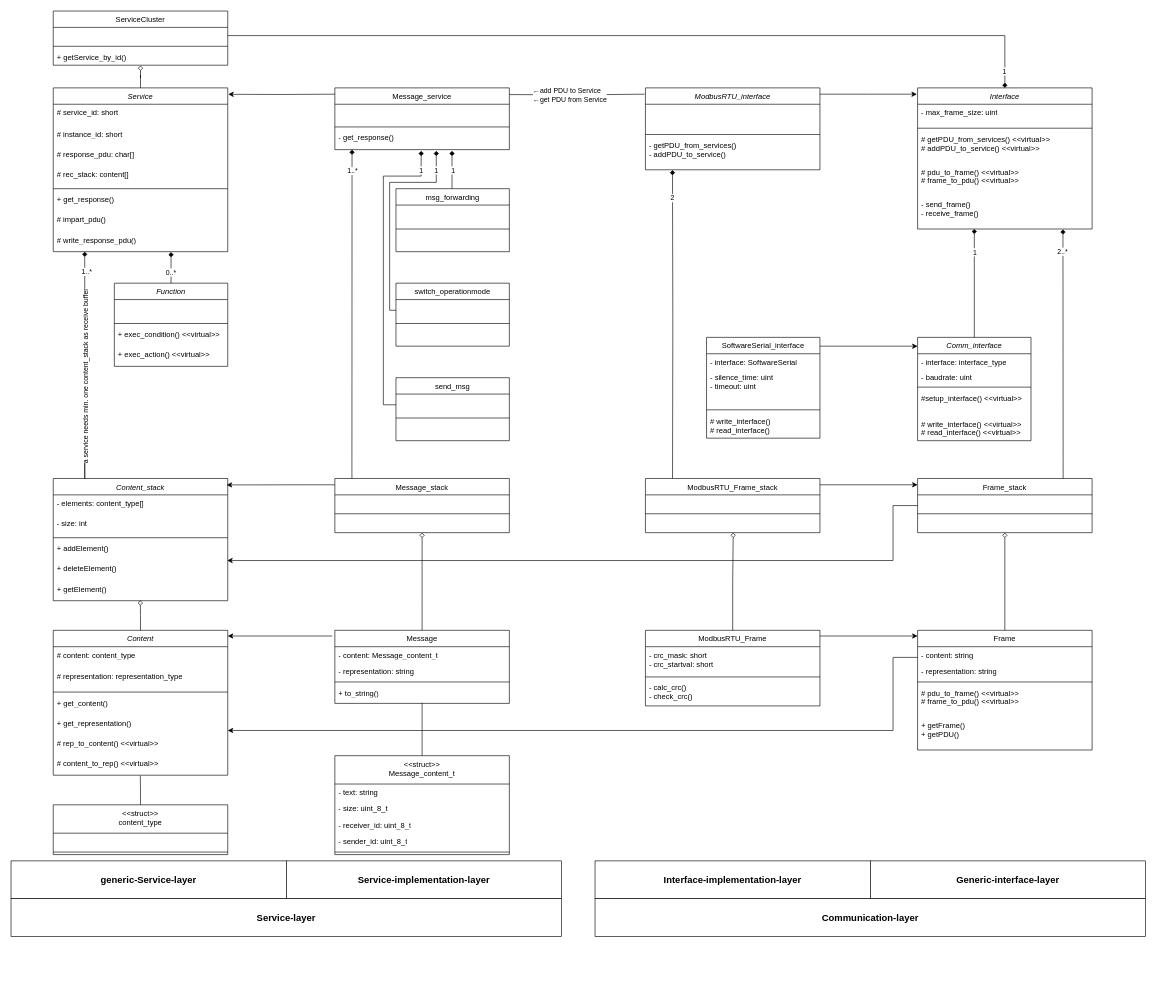
This is modbus_classdiagram.drawio from F-L-X-S/BusBricks, a draw.io file, before an edit. Source tidied: cells renumbered, new cells numbered last; positions are measured from the earlier drawing's top-left corner, leaving out a move shared by most shapes. Both pictures are drawn from the tidied source at 63%, with x=0, y=0 at pixel (11, 11).
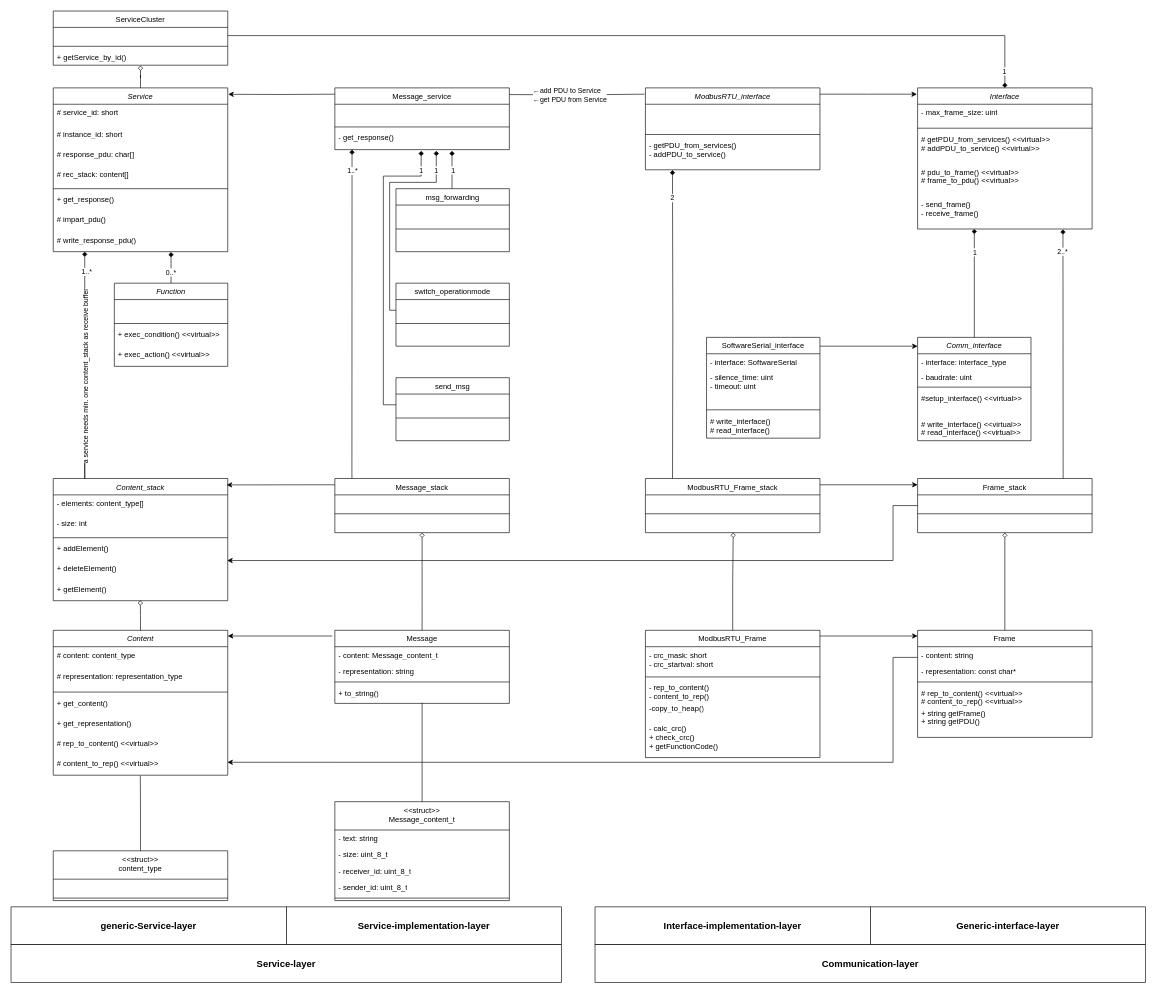
The same page after the edit.

Commit message (it also covers changes not shown here):
added copy_to_heap() function for frame-classes instantiating Content-Template with same const char ** as represenation

The change refers to these unchanged cells:
```xml
<mxCell id="36" value="# content_to_rep()&amp;nbsp;&amp;lt;&amp;lt;virtual&amp;gt;&amp;gt;" style="text;strokeColor=none;fillColor=none;align=left;verticalAlign=top;spacingLeft=4;spacingRight=4;overflow=hidden;points=[[0,0.5],[1,0.5]];portConstraint=eastwest;whiteSpace=wrap;html=1;" parent="29" vertex="1">
  <mxGeometry y="198" width="277" height="32" as="geometry" />
</mxCell>
```

The edit, as a diff of the source:
```diff
@@
     <mxCell id="37" value="&lt;div&gt;&lt;span style=&quot;font-weight: 400;&quot;&gt;&amp;lt;&amp;lt;struct&amp;gt;&amp;gt;&lt;/span&gt;&lt;/div&gt;&lt;span style=&quot;font-weight: 400;&quot;&gt;Message_content_t&lt;/span&gt;" style="swimlane;fontStyle=1;align=center;verticalAlign=top;horizontal=1;startSize=45;whiteSpace=wrap;html=1;" parent="1" vertex="1">
-      <mxGeometry x="514" y="1182" width="277" height="157" as="geometry" />
+      <mxGeometry x="514" y="1255" width="277" height="157" as="geometry" />
     </mxCell>
@@
     <mxCell id="72" value="&lt;div&gt;&lt;span style=&quot;font-weight: 400;&quot;&gt;&amp;lt;&amp;lt;struct&amp;gt;&amp;gt;&lt;/span&gt;&lt;/div&gt;&lt;span style=&quot;font-weight: 400;&quot;&gt;content_type&lt;/span&gt;" style="swimlane;fontStyle=1;align=center;verticalAlign=top;horizontal=1;startSize=45;whiteSpace=wrap;html=1;" parent="1" vertex="1">
-      <mxGeometry x="67" y="1260" width="277" height="79" as="geometry" />
+      <mxGeometry x="67" y="1333" width="277" height="79" as="geometry" />
     </mxCell>
@@
     <mxCell id="95" value="generic-Service-layer" style="rounded=0;whiteSpace=wrap;html=1;fontStyle=1;fontSize=15;" parent="1" vertex="1">
-      <mxGeometry y="1349" width="437" height="60" as="geometry" />
+      <mxGeometry y="1422" width="437" height="60" as="geometry" />
     </mxCell>
     <mxCell id="96" value="Service-implementation-layer" style="rounded=0;whiteSpace=wrap;html=1;fontSize=15;fontStyle=1;" parent="1" vertex="1">
-      <mxGeometry x="437" y="1349" width="437" height="60" as="geometry" />
+      <mxGeometry x="437" y="1422" width="437" height="60" as="geometry" />
     </mxCell>
     <mxCell id="97" value="Service-layer" style="rounded=0;whiteSpace=wrap;html=1;fontSize=15;fontStyle=1;" parent="1" vertex="1">
-      <mxGeometry y="1409" width="874" height="60" as="geometry" />
+      <mxGeometry y="1482" width="874" height="60" as="geometry" />
     </mxCell>
     <mxCell id="98" value="Interface-implementation-layer" style="rounded=0;whiteSpace=wrap;html=1;fontStyle=1;fontSize=15;" parent="1" vertex="1">
-      <mxGeometry x="927" y="1349" width="437" height="60" as="geometry" />
+      <mxGeometry x="927" y="1422" width="437" height="60" as="geometry" />
     </mxCell>
     <mxCell id="99" value="Generic-interface-layer" style="rounded=0;whiteSpace=wrap;html=1;fontSize=15;fontStyle=1;" parent="1" vertex="1">
-      <mxGeometry x="1364" y="1349" width="437" height="60" as="geometry" />
+      <mxGeometry x="1364" y="1422" width="437" height="60" as="geometry" />
     </mxCell>
     <mxCell id="100" value="Communication-layer" style="rounded=0;whiteSpace=wrap;html=1;fontSize=15;fontStyle=1;" parent="1" vertex="1">
-      <mxGeometry x="927" y="1409" width="874" height="60" as="geometry" />
+      <mxGeometry x="927" y="1482" width="874" height="60" as="geometry" />
     </mxCell>
@@
-    <mxCell id="132" style="edgeStyle=orthogonalEdgeStyle;rounded=0;jettySize=auto;html=1;" parent="1" edge="1" source="133">
+    <mxCell id="132" style="edgeStyle=orthogonalEdgeStyle;rounded=0;jettySize=auto;html=1;entryX=0.998;entryY=0.358;entryDx=0;entryDy=0;entryPerimeter=0;" parent="1" edge="1" source="133" target="36">
       <mxGeometry relative="1" as="geometry">
-        <mxPoint x="344" y="1142" as="targetPoint" />
         <Array as="points">
           <mxPoint x="1400" y="1026" />
-          <mxPoint x="1400" y="1142" />
-          <mxPoint x="344" y="1142" />
+          <mxPoint x="1400" y="1192" />
+          <mxPoint x="343" y="1192" />
         </Array>
       </mxGeometry>
     </mxCell>
     <mxCell id="133" value="&lt;span style=&quot;font-weight: 400;&quot;&gt;Frame&lt;/span&gt;" style="swimlane;fontStyle=1;align=center;verticalAlign=top;horizontal=1;startSize=26;whiteSpace=wrap;html=1;" parent="1" vertex="1">
-      <mxGeometry x="1439" y="983" width="277" height="190" as="geometry" />
+      <mxGeometry x="1439" y="983" width="277" height="170" as="geometry" />
     </mxCell>
@@
-    <mxCell id="135" value="- representation: string" style="text;strokeColor=none;fillColor=none;align=left;verticalAlign=top;spacingLeft=4;spacingRight=4;overflow=hidden;whiteSpace=wrap;html=1;" parent="133" vertex="1">
+    <mxCell id="135" value="- representation: const char*" style="text;strokeColor=none;fillColor=none;align=left;verticalAlign=top;spacingLeft=4;spacingRight=4;overflow=hidden;whiteSpace=wrap;html=1;" parent="133" vertex="1">
       <mxGeometry y="52" width="277" height="26" as="geometry" />
     </mxCell>
@@
-    <mxCell id="137" value="# pdu_to_frame() &amp;lt;&amp;lt;virtual&amp;gt;&amp;gt;&lt;br&gt;# frame_to_pdu() &amp;lt;&amp;lt;virtual&amp;gt;&amp;gt;" style="text;strokeColor=none;fillColor=none;align=left;verticalAlign=top;spacingLeft=4;spacingRight=4;overflow=hidden;whiteSpace=wrap;html=1;" parent="133" vertex="1">
-      <mxGeometry y="86" width="277" height="52" as="geometry" />
-    </mxCell>
+    <mxCell id="153" value="# rep_to_content()&amp;nbsp;&amp;lt;&amp;lt;virtual&amp;gt;&amp;gt;&lt;br&gt;# content_to_rep()&amp;nbsp;&amp;lt;&amp;lt;virtual&amp;gt;&amp;gt;" style="text;strokeColor=none;fillColor=none;align=left;verticalAlign=top;spacingLeft=4;spacingRight=4;overflow=hidden;whiteSpace=wrap;html=1;" parent="133" vertex="1">
+      <mxGeometry y="86" width="277" height="32" as="geometry" />
+    </mxCell>
-    <mxCell id="138" value="+ getFrame()&amp;nbsp;&lt;br&gt;+ getPDU()&amp;nbsp;" style="text;strokeColor=none;fillColor=none;align=left;verticalAlign=top;spacingLeft=4;spacingRight=4;overflow=hidden;whiteSpace=wrap;html=1;" parent="133" vertex="1">
-      <mxGeometry y="138" width="277" height="52" as="geometry" />
+    <mxCell id="138" value="+ string getFrame()&amp;nbsp;&lt;br&gt;+ string getPDU()&amp;nbsp;" style="text;strokeColor=none;fillColor=none;align=left;verticalAlign=top;spacingLeft=4;spacingRight=4;overflow=hidden;whiteSpace=wrap;html=1;" parent="133" vertex="1">
+      <mxGeometry y="118" width="277" height="52" as="geometry" />
     </mxCell>
     <mxCell id="139" value="&lt;span style=&quot;font-weight: 400;&quot;&gt;ModbusRTU_Frame&lt;/span&gt;" style="swimlane;fontStyle=1;align=center;verticalAlign=top;horizontal=1;startSize=26;whiteSpace=wrap;html=1;" parent="1" vertex="1">
-      <mxGeometry x="1007" y="983" width="277" height="120" as="geometry" />
+      <mxGeometry x="1007" y="983" width="277" height="202" as="geometry" />
     </mxCell>
@@
+    <mxCell id="154" value="- rep_to_content()&amp;nbsp;&lt;br&gt;- content_to_rep()&amp;nbsp;" style="text;strokeColor=none;fillColor=none;align=left;verticalAlign=top;spacingLeft=4;spacingRight=4;overflow=hidden;whiteSpace=wrap;html=1;" parent="139" vertex="1">
+      <mxGeometry y="78" width="277" height="32" as="geometry" />
+    </mxCell>
+    <mxCell id="155" value="-copy_to_heap()" style="text;strokeColor=none;fillColor=none;align=left;verticalAlign=top;spacingLeft=4;spacingRight=4;overflow=hidden;whiteSpace=wrap;html=1;" parent="139" vertex="1">
+      <mxGeometry y="110" width="277" height="32" as="geometry" />
+    </mxCell>
-    <mxCell id="142" value="- calc_crc()&lt;div&gt;&lt;span style=&quot;background-color: initial;&quot;&gt;- check_crc()&lt;/span&gt;&lt;/div&gt;" style="text;strokeColor=none;fillColor=none;align=left;verticalAlign=top;spacingLeft=4;spacingRight=4;overflow=hidden;whiteSpace=wrap;html=1;" parent="139" vertex="1">
-      <mxGeometry y="78" width="277" height="42" as="geometry" />
+    <mxCell id="142" value="- calc_crc()&lt;div&gt;&lt;span style=&quot;background-color: initial;&quot;&gt;+ check_crc()&lt;/span&gt;&lt;/div&gt;&lt;div&gt;&lt;span style=&quot;background-color: initial;&quot;&gt;+ getFunctionCode()&lt;/span&gt;&lt;/div&gt;" style="text;strokeColor=none;fillColor=none;align=left;verticalAlign=top;spacingLeft=4;spacingRight=4;overflow=hidden;whiteSpace=wrap;html=1;" parent="139" vertex="1">
+      <mxGeometry y="142" width="277" height="60" as="geometry" />
     </mxCell>
```
